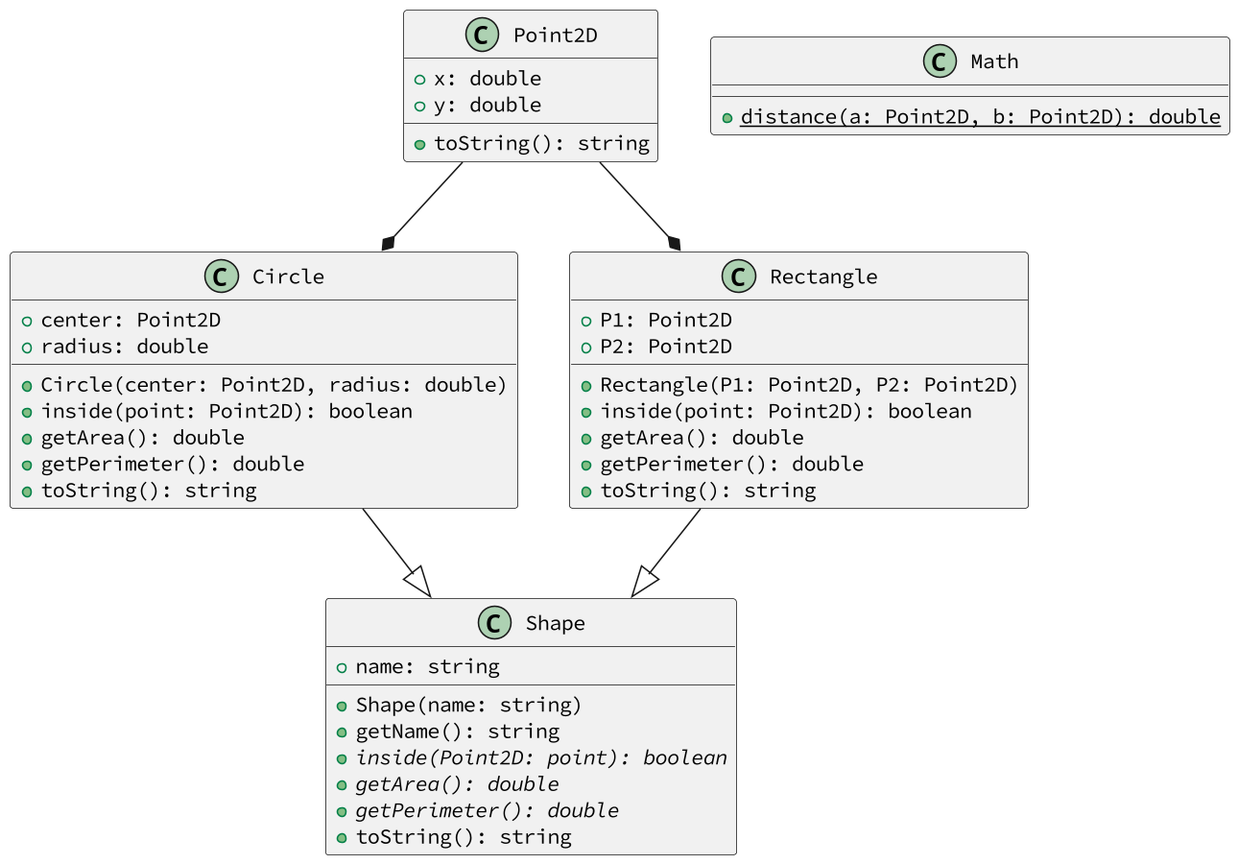
This is base/047/diagrama.png from qxcodepoo/arcade, a PlantUML export, as it was before one commit.
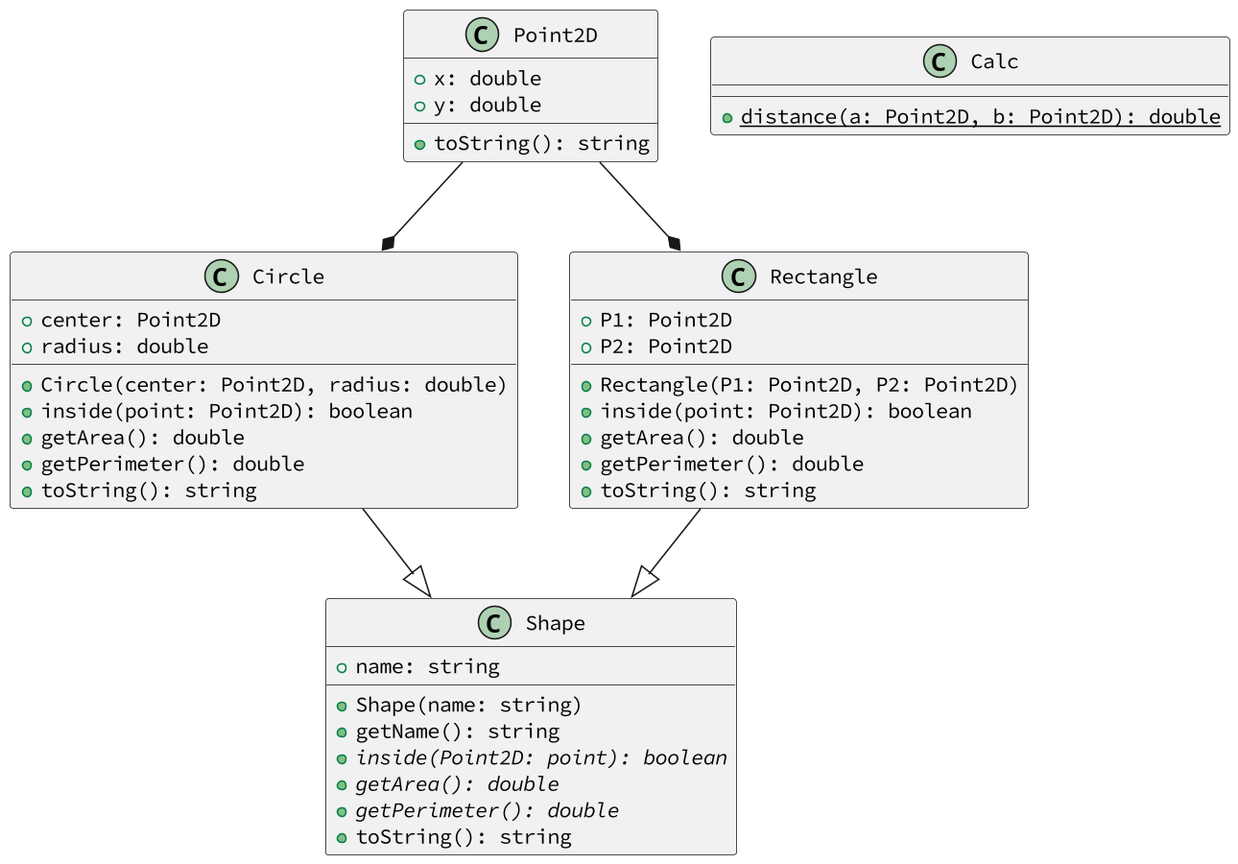
After the change.

Diff of the diagram source:
```diff
@@ -6,7 +6,7 @@
     + y: double
     + toString(): string
 }
-class Math {
+class Calc {
     + {static} distance(a: Point2D, b: Point2D): double
 }
 class Shape {
```
